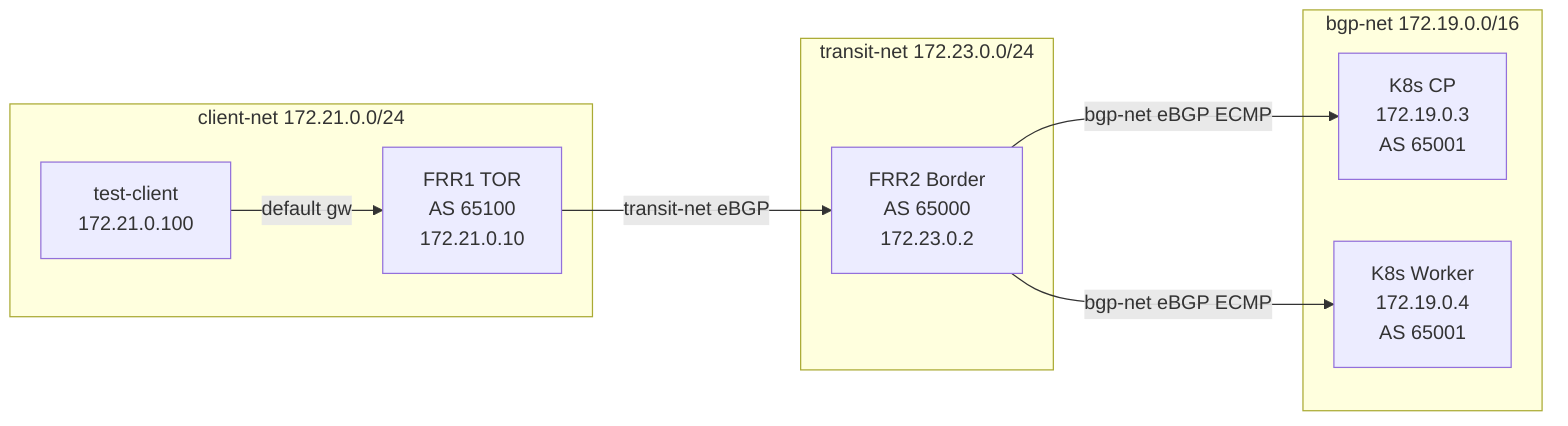
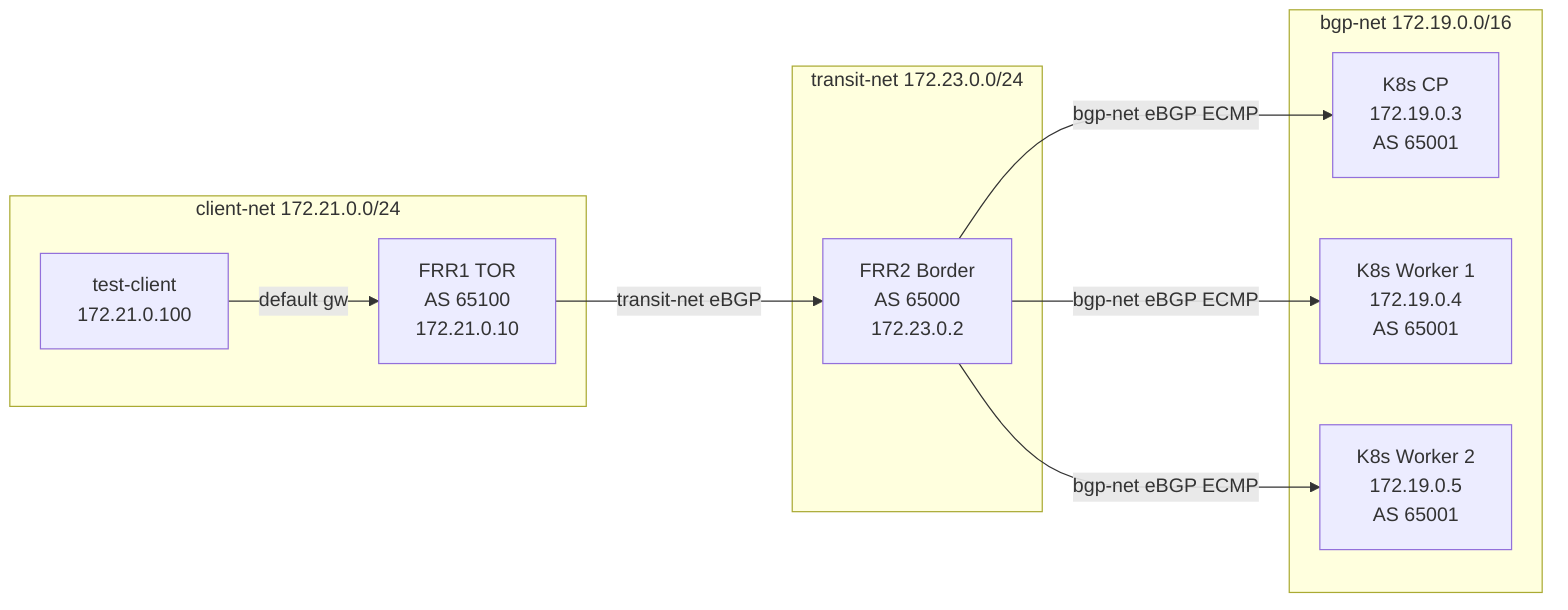
graph LR
    subgraph CN["client-net 172.21.0.0/24"]
        CL[test-client<br/>172.21.0.100] -- default gw --> F1
        F1[FRR1 TOR<br/>AS 65100<br/>172.21.0.10]
    end
    F1 -->|transit-net eBGP| F2
    subgraph TN["transit-net 172.23.0.0/24"]
        F2[FRR2 Border<br/>AS 65000<br/>172.23.0.2]
    end
    F2 -->|bgp-net eBGP ECMP| CP
    F2 -->|bgp-net eBGP ECMP| WK
+     F2 -->|bgp-net eBGP ECMP| WK2
    subgraph BN["bgp-net 172.19.0.0/16"]
        CP[K8s CP<br/>172.19.0.3<br/>AS 65001]
-         WK[K8s Worker<br/>172.19.0.4<br/>AS 65001]
+         WK[K8s Worker 1<br/>172.19.0.4<br/>AS 65001]
+         WK2[K8s Worker 2<br/>172.19.0.5<br/>AS 65001]
    end
